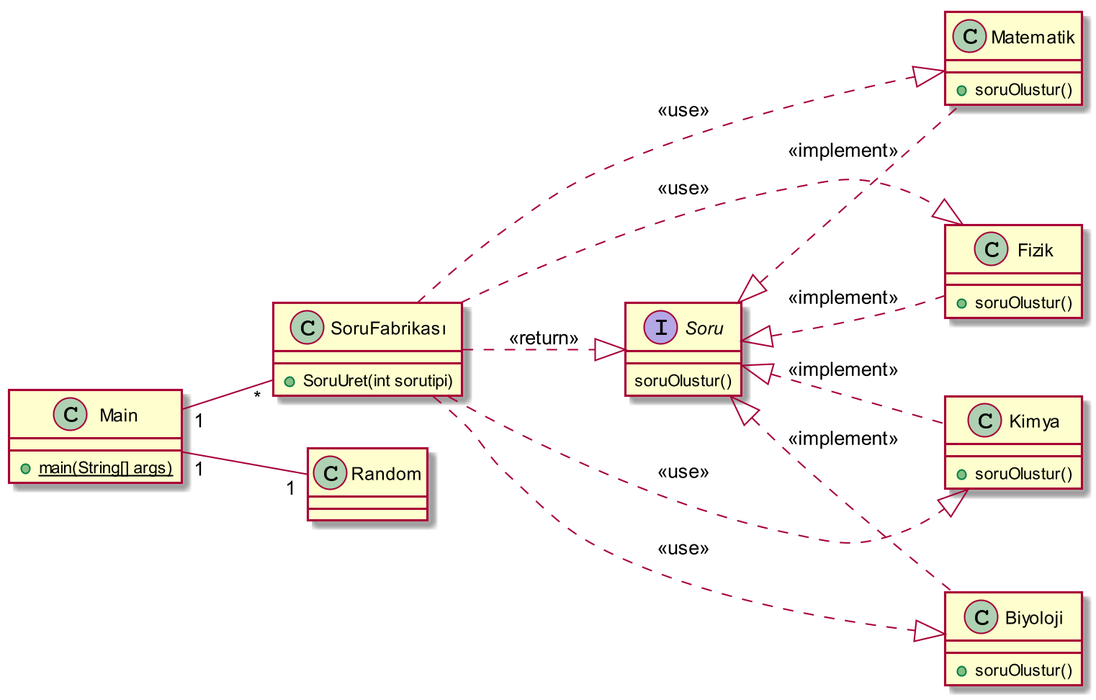
Before: Factory/factory.png, a diagram exported from PlantUML (bedirhancinar/YAZILIM-TASARIM-KALIPLARI). The source it was exported from:
```plantuml
@startuml
skinparam dpi 200

left to right direction



    interface Soru{
        soruOlustur()
    }



    class Matematik {

        +soruOlustur()

    }
    class Fizik {

        +soruOlustur()

    }
    class Kimya {

        +soruOlustur()

    }
    class Biyoloji {

        +soruOlustur()

    }

    Soru <|.. Matematik : <<implement>>
    Soru <|.. Fizik : <<implement>>
    Soru <|.. Kimya : <<implement>>
    Soru <|.. Biyoloji : <<implement>>


    class SoruFabrikası{
        +SoruUret(int sorutipi)
    }

    class Main{
        +{static}main(String[] args)
    }

    Main "1" -- "*" SoruFabrikası
    Main"1" -- "1" Random


    SoruFabrikası ..|> Soru : <<return>>

    SoruFabrikası ..|> Matematik : <<use>>
    SoruFabrikası ..|> Fizik : <<use>>
    SoruFabrikası ..|> Kimya : <<use>>
    SoruFabrikası ..|> Biyoloji : <<use>>




@enduml
```
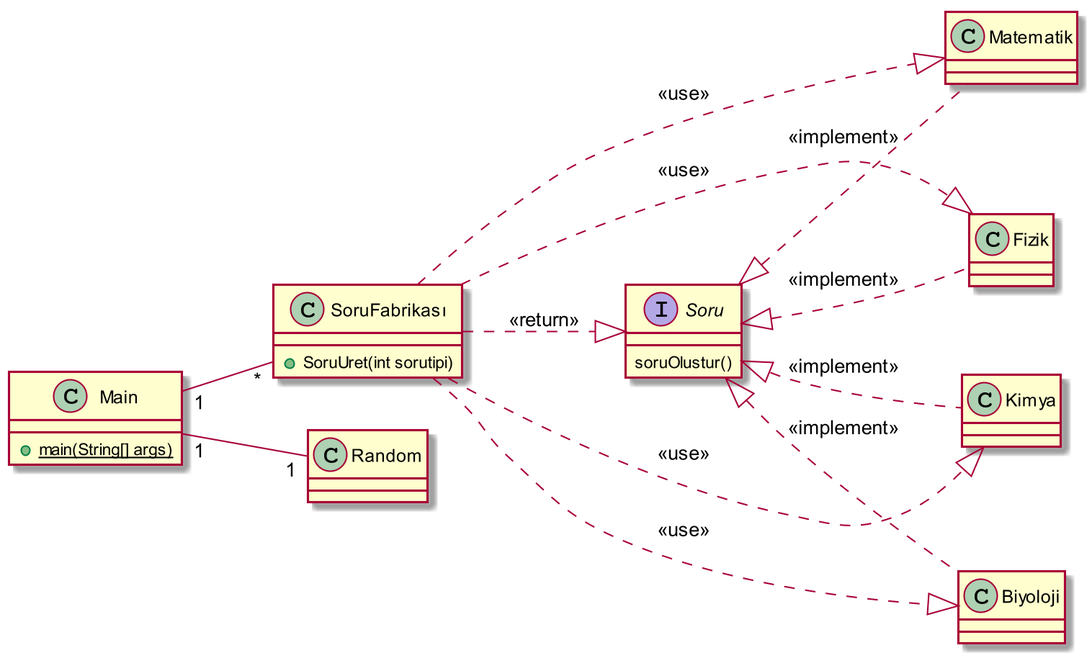
Later version of the same file.

The edit, as a diff of the source:
```diff
@@ -13,22 +13,18 @@
 
     class Matematik {
 
-        +soruOlustur()
 
     }
     class Fizik {
 
-        +soruOlustur()
 
     }
     class Kimya {
 
-        +soruOlustur()
 
     }
     class Biyoloji {
 
-        +soruOlustur()
 
     }
 
```
